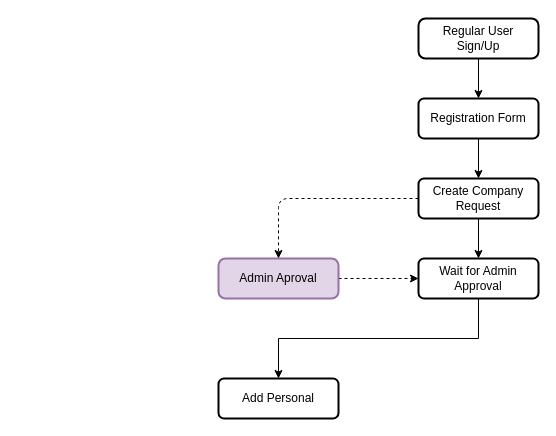
Above: Untitled Diagram.drawio in waltermayor/basis (draw.io), before the change. Source tidied: cells renumbered, new cells numbered last; positions are measured from the earlier drawing's top-left corner, leaving out a move shared by most shapes. Both pictures are drawn from the tidied source at 100%, with x=0, y=0 at pixel (218, 18). Pictures stored in the file or linked from it are replaced by grey dashed boxes.
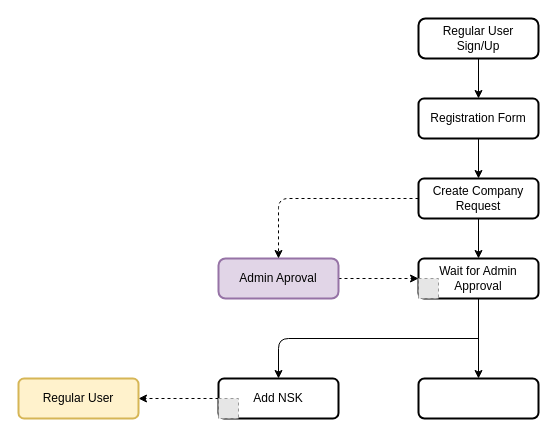
Above is the later version.

The change refers to these unchanged cells:
```xml
<mxCell id="9" value="Wait for Admin Approval" style="whiteSpace=wrap;html=1;rounded=1;strokeWidth=2;arcSize=14;" parent="1" vertex="1">
  <mxGeometry x="200" y="240" width="120" height="40" as="geometry" />
</mxCell>
```

What changed in the source:
```diff
@@
-    <mxCell id="8" style="edgeStyle=orthogonalEdgeStyle;rounded=0;jettySize=auto;html=1;" parent="1" edge="1" source="9" target="12">
-      <mxGeometry relative="1" as="geometry">
-        <Array as="points">
-          <mxPoint x="260" y="320" />
-          <mxPoint x="60" y="320" />
-        </Array>
-      </mxGeometry>
-    </mxCell>
@@
+    <mxCell id="14" style="edgeStyle=orthogonalEdgeStyle;rounded=0;jettySize=auto;html=1;dashed=1;" parent="1" edge="1" source="12" target="16">
+      <mxGeometry relative="1" as="geometry" />
+    </mxCell>
-    <mxCell id="12" value="Add Personal" style="whiteSpace=wrap;html=1;rounded=1;strokeWidth=2;arcSize=14;" parent="1" vertex="1">
+    <mxCell id="12" value="Add NSK" style="whiteSpace=wrap;html=1;rounded=1;strokeWidth=2;arcSize=14;" parent="1" vertex="1">
       <mxGeometry y="360" width="120" height="40" as="geometry" />
     </mxCell>
@@
+    <mxCell id="15" style="rounded=1;whiteSpace=wrap;html=1;strokeWidth=2;" parent="1" vertex="1">
+      <mxGeometry x="200" y="360" width="120" height="40" as="geometry" />
+    </mxCell>
+    <mxCell id="16" value="Regular User" style="whiteSpace=wrap;html=1;rounded=1;strokeWidth=2;arcSize=14;fillColor=#fff2cc;strokeColor=#d6b656;" parent="1" vertex="1">
+      <mxGeometry x="-200" y="360" width="120" height="40" as="geometry" />
+    </mxCell>
+    <mxCell id="17" style="endArrow=classic;html=1;entryX=0.5;entryY=0;entryDx=0;entryDy=0;exitX=0.5;exitY=1;exitDx=0;exitDy=0;" parent="1" edge="1" source="9" target="15">
+      <mxGeometry relative="1" as="geometry" />
+    </mxCell>
+    <mxCell id="18" style="endArrow=classic;html=1;entryX=0.5;entryY=0;entryDx=0;entryDy=0;" parent="1" edge="1" target="12">
+      <mxGeometry relative="1" as="geometry">
+        <mxPoint x="260" y="320" as="sourcePoint" />
+        <Array as="points">
+          <mxPoint x="60" y="320" />
+        </Array>
+      </mxGeometry>
+    </mxCell>
+    <mxCell id="19" style="fillColor=#E6E6E6;strokeColor=#999999;dashed=1;html=1;verticalAlign=top;verticalLabelPosition=bottom;labelBackgroundColor=#ffffff;" parent="1" vertex="1">
+      <mxGeometry x="200" y="260" width="20" height="20" as="geometry" />
+    </mxCell>
+    <mxCell id="20" style="fillColor=#E6E6E6;strokeColor=#999999;dashed=1;html=1;verticalAlign=top;verticalLabelPosition=bottom;labelBackgroundColor=#ffffff;" parent="1" vertex="1">
+      <mxGeometry y="380" width="20" height="20" as="geometry" />
+    </mxCell>
```
